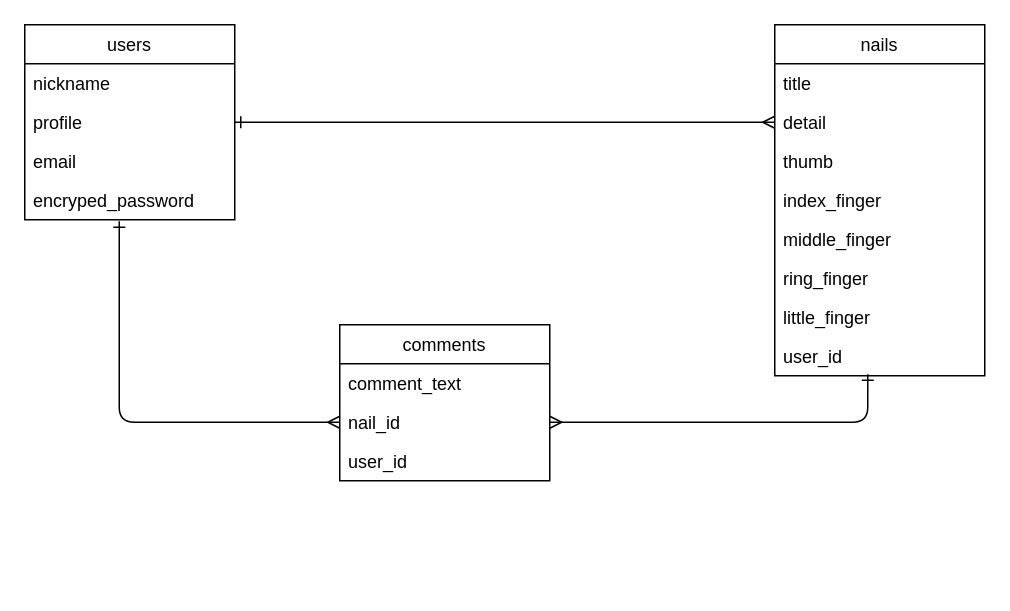
Earlier version of the draw.io diagram nailrecipe.dio (yuricca/nailrecipe). Source tidied: cells renumbered, new cells numbered last; positions are measured from the earlier drawing's top-left corner, leaving out a move shared by most shapes. Both pictures are drawn from the tidied source at 150%, with x=0, y=0 at pixel (24, 24).
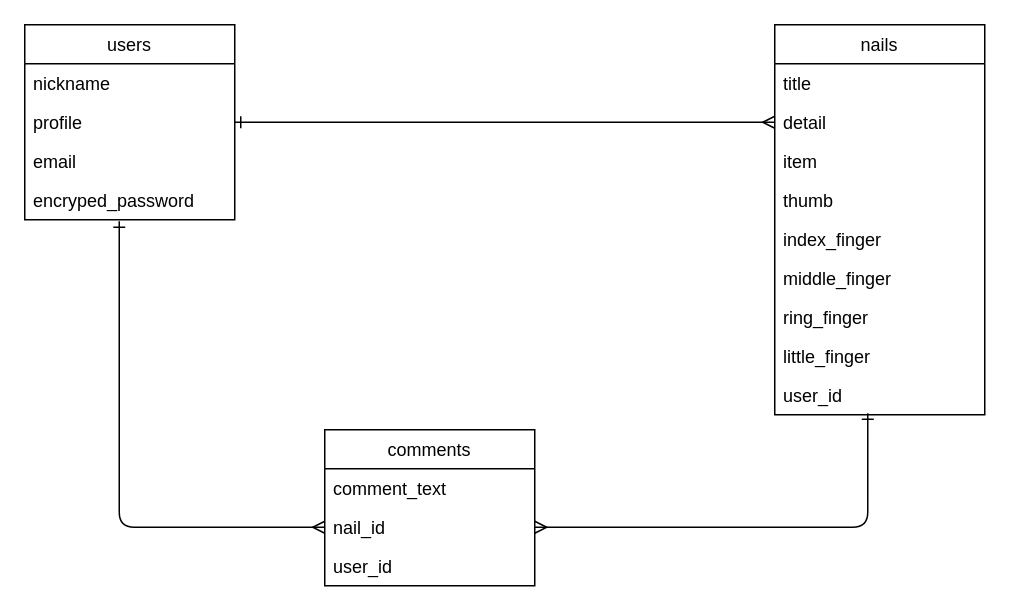
Above is the later version.

Commit message (it also covers changes not shown here):
「item」カラムの追加

Unchanged cells that the change refers to:
```xml
<mxCell id="18" value="nail_id" style="text;strokeColor=none;fillColor=none;align=left;verticalAlign=top;spacingLeft=4;spacingRight=4;overflow=hidden;points=[[0,0.5],[1,0.5]];portConstraint=eastwest;" parent="16" vertex="1">
  <mxGeometry y="52" width="140" height="26" as="geometry" />
</mxCell>
```

What changed in the source:
```diff
@@
     <mxCell id="7" value="nails" style="swimlane;fontStyle=0;horizontal=1;startSize=26;fillColor=none;" parent="1" vertex="1">
-      <mxGeometry x="500" width="140" height="234" as="geometry" />
+      <mxGeometry x="500" width="140" height="260" as="geometry" />
     </mxCell>
@@
+    <mxCell id="23" value="item" style="text;strokeColor=none;fillColor=none;align=left;verticalAlign=top;spacingLeft=4;spacingRight=4;overflow=hidden;" parent="7" vertex="1">
+      <mxGeometry y="78" width="140" height="26" as="geometry" />
+    </mxCell>
     <mxCell id="10" value="thumb" style="text;strokeColor=none;fillColor=none;align=left;verticalAlign=top;spacingLeft=4;spacingRight=4;overflow=hidden;" parent="7" vertex="1">
-      <mxGeometry y="78" width="140" height="26" as="geometry" />
+      <mxGeometry y="104" width="140" height="26" as="geometry" />
     </mxCell>
     <mxCell id="11" value="index_finger" style="text;strokeColor=none;fillColor=none;align=left;verticalAlign=top;spacingLeft=4;spacingRight=4;overflow=hidden;" parent="7" vertex="1">
-      <mxGeometry y="104" width="140" height="26" as="geometry" />
+      <mxGeometry y="130" width="140" height="26" as="geometry" />
     </mxCell>
     <mxCell id="12" value="middle_finger" style="text;strokeColor=none;fillColor=none;align=left;verticalAlign=top;spacingLeft=4;spacingRight=4;overflow=hidden;" parent="7" vertex="1">
-      <mxGeometry y="130" width="140" height="26" as="geometry" />
+      <mxGeometry y="156" width="140" height="26" as="geometry" />
     </mxCell>
     <mxCell id="13" value="ring_finger" style="text;strokeColor=none;fillColor=none;align=left;verticalAlign=top;spacingLeft=4;spacingRight=4;overflow=hidden;" parent="7" vertex="1">
-      <mxGeometry y="156" width="140" height="26" as="geometry" />
+      <mxGeometry y="182" width="140" height="26" as="geometry" />
     </mxCell>
     <mxCell id="14" value="little_finger" style="text;strokeColor=none;fillColor=none;align=left;verticalAlign=top;spacingLeft=4;spacingRight=4;overflow=hidden;" parent="7" vertex="1">
-      <mxGeometry y="182" width="140" height="26" as="geometry" />
+      <mxGeometry y="208" width="140" height="26" as="geometry" />
     </mxCell>
     <mxCell id="15" value="user_id" style="text;strokeColor=none;fillColor=none;align=left;verticalAlign=top;spacingLeft=4;spacingRight=4;overflow=hidden;points=[[0,0.5],[1,0.5]];portConstraint=eastwest;" parent="7" vertex="1">
-      <mxGeometry y="208" width="140" height="26" as="geometry" />
+      <mxGeometry y="234" width="140" height="26" as="geometry" />
     </mxCell>
     <mxCell id="16" value="comments" style="swimlane;fontStyle=0;horizontal=1;startSize=26;fillColor=none;" parent="1" vertex="1">
-      <mxGeometry x="210" y="200" width="140" height="104" as="geometry" />
+      <mxGeometry x="200" y="270" width="140" height="104" as="geometry" />
     </mxCell>
@@
     <mxCell id="22" style="edgeStyle=orthogonalEdgeStyle;jettySize=auto;html=1;entryX=1;entryY=0.5;entryDx=0;entryDy=0;startArrow=ERone;startFill=0;endArrow=ERmany;endFill=0;exitX=0.443;exitY=0.962;exitDx=0;exitDy=0;exitPerimeter=0;" parent="1" edge="1" source="15" target="18">
-      <mxGeometry relative="1" as="geometry" />
+      <mxGeometry relative="1" as="geometry">
+        <Array as="points">
+          <mxPoint x="562" y="335" />
+        </Array>
+      </mxGeometry>
     </mxCell>
```
